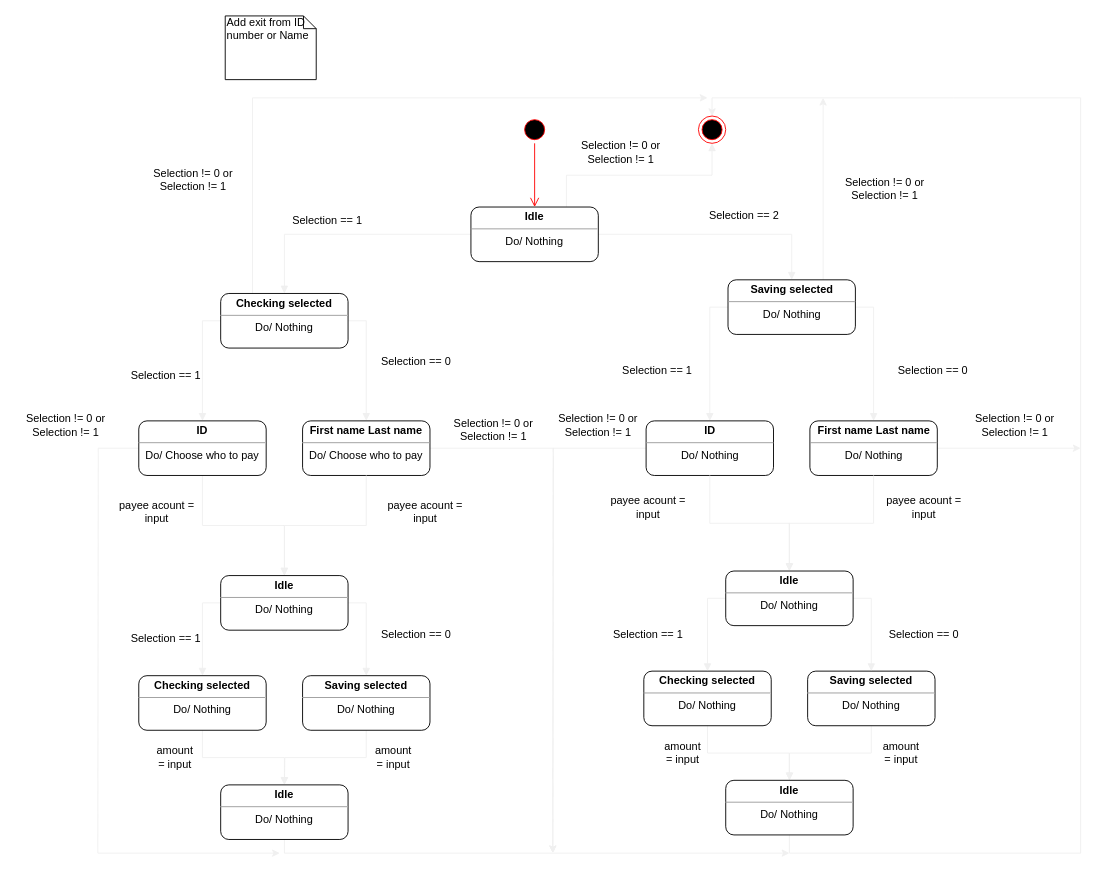
Earlier version of the draw.io diagram page "UML State Diagram" (2 of 2) of Untitled Diagram.drawio (Ocor17/Simple-Banking-Application). Source tidied: cells renumbered, new cells numbered last; positions are measured from the earlier drawing's top-left corner, leaving out a move shared by most shapes. Both pictures are drawn from the tidied source at 91%, with x=0, y=0 at pixel (15, 15).
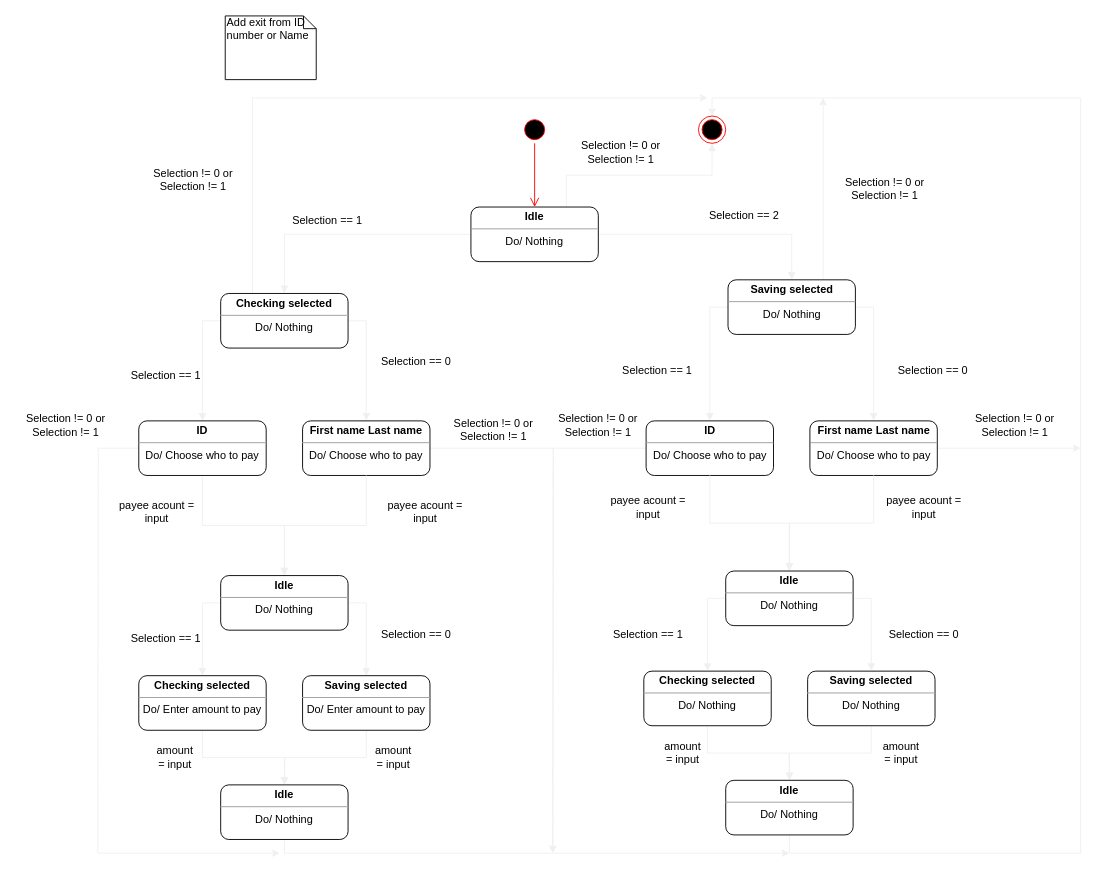
Above is the later version.

The edit, as a diff of the source:
```diff
@@
-    <mxCell id="25" value="&lt;p style=&quot;margin: 0px ; margin-top: 4px ; text-align: center&quot;&gt;&lt;b&gt;ID&lt;/b&gt;&lt;/p&gt;&lt;hr size=&quot;1&quot;&gt;&lt;div style=&quot;text-align: center ; height: 2px&quot;&gt;Do/ Nothing&lt;/div&gt;" style="verticalAlign=top;align=left;overflow=fill;fontSize=12;fontFamily=Helvetica;html=1;fillColor=none;rounded=1;" parent="1" vertex="1">
+    <mxCell id="25" value="&lt;p style=&quot;margin: 0px ; margin-top: 4px ; text-align: center&quot;&gt;&lt;b&gt;ID&lt;/b&gt;&lt;/p&gt;&lt;hr size=&quot;1&quot;&gt;&lt;div style=&quot;text-align: center ; height: 2px&quot;&gt;Do/ Choose who to pay&lt;/div&gt;" style="verticalAlign=top;align=left;overflow=fill;fontSize=12;fontFamily=Helvetica;html=1;fillColor=none;rounded=1;" parent="1" vertex="1">
       <mxGeometry x="692.5" y="445" width="140" height="60" as="geometry" />
     </mxCell>
@@
-    <mxCell id="27" value="&lt;p style=&quot;margin: 0px ; margin-top: 4px ; text-align: center&quot;&gt;&lt;b&gt;First name Last name&lt;/b&gt;&lt;/p&gt;&lt;hr size=&quot;1&quot;&gt;&lt;div style=&quot;text-align: center ; height: 2px&quot;&gt;Do/ Nothing&lt;/div&gt;" style="verticalAlign=top;align=left;overflow=fill;fontSize=12;fontFamily=Helvetica;html=1;fillColor=none;rounded=1;" parent="1" vertex="1">
+    <mxCell id="27" value="&lt;p style=&quot;margin: 0px ; margin-top: 4px ; text-align: center&quot;&gt;&lt;b&gt;First name Last name&lt;/b&gt;&lt;/p&gt;&lt;hr size=&quot;1&quot;&gt;&lt;div style=&quot;text-align: center ; height: 2px&quot;&gt;Do/ Choose who to pay&lt;/div&gt;" style="verticalAlign=top;align=left;overflow=fill;fontSize=12;fontFamily=Helvetica;html=1;fillColor=none;rounded=1;" parent="1" vertex="1">
       <mxGeometry x="872.5" y="445" width="140" height="60" as="geometry" />
     </mxCell>
@@
-    <mxCell id="36" value="&lt;p style=&quot;margin: 0px ; margin-top: 4px ; text-align: center&quot;&gt;&lt;b&gt;Checking selected&lt;/b&gt;&lt;/p&gt;&lt;hr size=&quot;1&quot;&gt;&lt;div style=&quot;text-align: center ; height: 2px&quot;&gt;Do/ Nothing&lt;/div&gt;" style="verticalAlign=top;align=left;overflow=fill;fontSize=12;fontFamily=Helvetica;html=1;fillColor=none;rounded=1;" parent="1" vertex="1">
+    <mxCell id="36" value="&lt;p style=&quot;margin: 0px ; margin-top: 4px ; text-align: center&quot;&gt;&lt;b&gt;Checking selected&lt;/b&gt;&lt;/p&gt;&lt;hr size=&quot;1&quot;&gt;&lt;div style=&quot;text-align: center ; height: 2px&quot;&gt;Do/ Enter amount to pay&lt;/div&gt;" style="verticalAlign=top;align=left;overflow=fill;fontSize=12;fontFamily=Helvetica;html=1;fillColor=none;rounded=1;" parent="1" vertex="1">
       <mxGeometry x="135" y="725" width="140" height="60" as="geometry" />
     </mxCell>
@@
-    <mxCell id="38" value="&lt;p style=&quot;margin: 0px ; margin-top: 4px ; text-align: center&quot;&gt;&lt;b&gt;Saving selected&lt;/b&gt;&lt;/p&gt;&lt;hr size=&quot;1&quot;&gt;&lt;div style=&quot;text-align: center ; height: 2px&quot;&gt;Do/ Nothing&lt;/div&gt;" style="verticalAlign=top;align=left;overflow=fill;fontSize=12;fontFamily=Helvetica;html=1;fillColor=none;rounded=1;" parent="1" vertex="1">
+    <mxCell id="38" value="&lt;p style=&quot;margin: 0px ; margin-top: 4px ; text-align: center&quot;&gt;&lt;b&gt;Saving selected&lt;/b&gt;&lt;/p&gt;&lt;hr size=&quot;1&quot;&gt;&lt;div style=&quot;text-align: center ; height: 2px&quot;&gt;Do/ Enter amount to pay&lt;/div&gt;" style="verticalAlign=top;align=left;overflow=fill;fontSize=12;fontFamily=Helvetica;html=1;fillColor=none;rounded=1;" parent="1" vertex="1">
       <mxGeometry x="315" y="725" width="140" height="60" as="geometry" />
     </mxCell>
```
